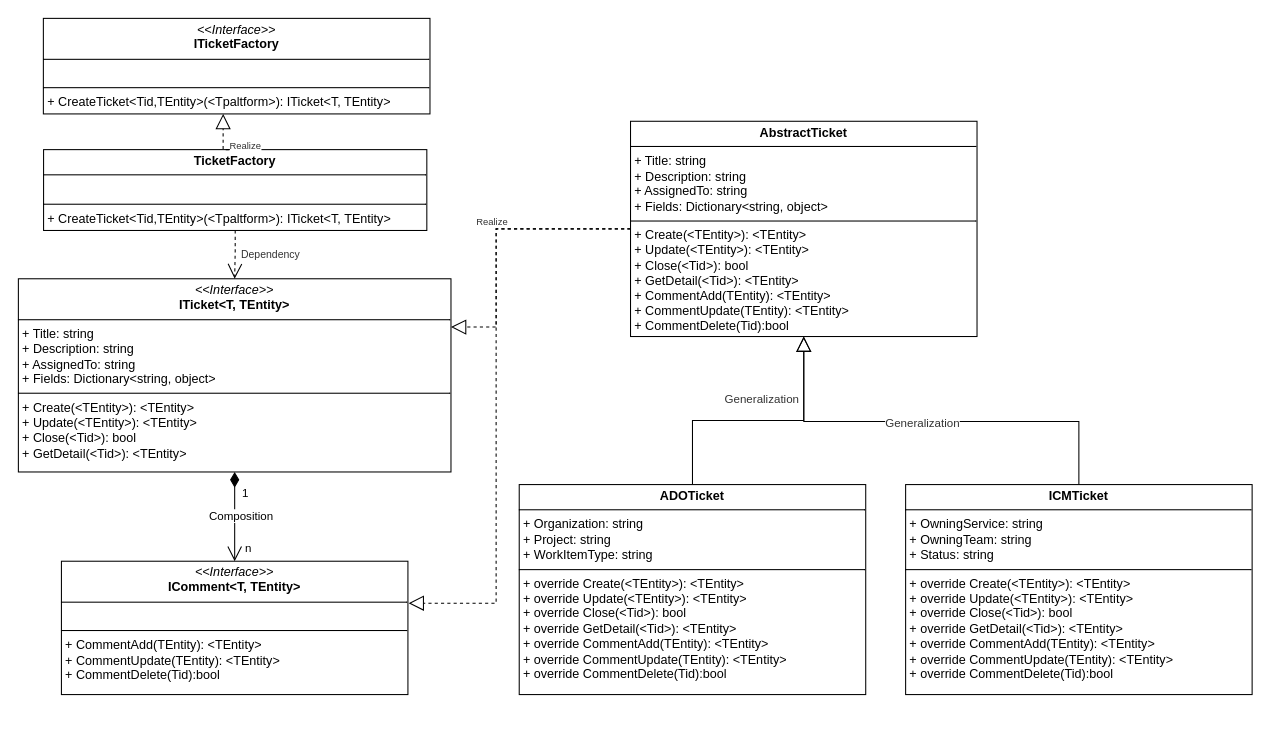
This is page "Page-10" (10 of 10) of 2.drawio from hy986/Repo_0110, a draw.io file, before an edit. Source tidied: cells renumbered, new cells numbered last; positions are measured from the earlier drawing's top-left corner, leaving out a move shared by most shapes. Both pictures are drawn from the tidied source at 105%, with x=0, y=0 at pixel (18, 18).
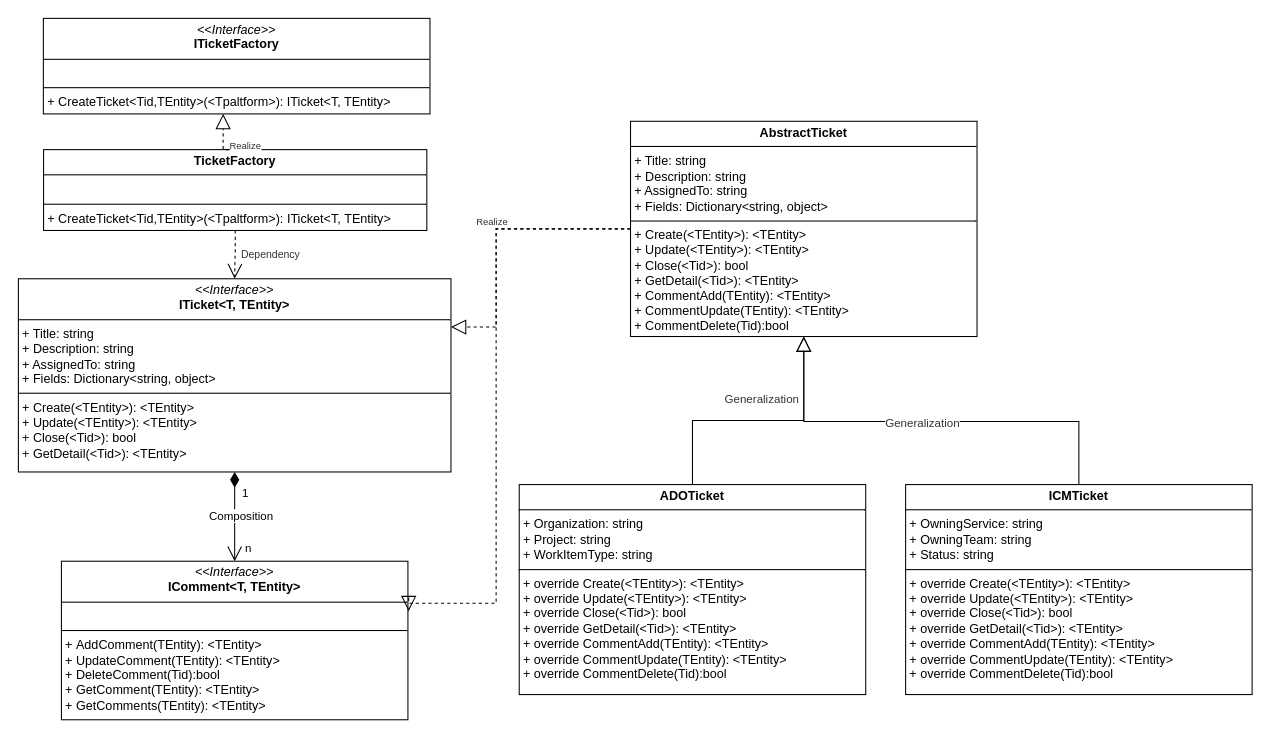
The same page after the edit.

Change to the diagram source:
```diff
@@
-    <mxCell id="22" value="&lt;p style=&quot;margin:0px;margin-top:4px;text-align:center;&quot;&gt;&lt;i&gt;&amp;lt;&amp;lt;Interface&amp;gt;&amp;gt;&lt;/i&gt;&lt;br&gt;&lt;b&gt;IComment&amp;lt;T, TEntity&amp;gt;&lt;/b&gt;&lt;/p&gt;&lt;hr size=&quot;1&quot; style=&quot;border-style:solid;&quot;&gt;&lt;p style=&quot;margin:0px;margin-left:4px;&quot;&gt;&lt;br&gt;&lt;/p&gt;&lt;hr size=&quot;1&quot; style=&quot;border-style:solid;&quot;&gt;&lt;p style=&quot;margin:0px;margin-left:4px;&quot;&gt;&lt;span style=&quot;background-color: initial;&quot;&gt;+&amp;nbsp;&lt;/span&gt;&lt;span style=&quot;background-color: initial;&quot; class=&quot;hljs-function&quot;&gt;&lt;span style=&quot;background-color: initial;&quot;&gt;Comment&lt;/span&gt;&lt;span style=&quot;background-color: initial;&quot; class=&quot;hljs-function&quot;&gt;&lt;span class=&quot;hljs-title&quot;&gt;Add&lt;/span&gt;&lt;/span&gt;(&lt;span class=&quot;hljs-params&quot;&gt;TEntity&lt;/span&gt;): &amp;lt;&lt;/span&gt;&lt;span style=&quot;background-color: initial;&quot;&gt;TEntity&lt;/span&gt;&lt;span style=&quot;background-color: initial;&quot;&gt;&amp;gt;&lt;/span&gt;&lt;/p&gt;&lt;p style=&quot;margin: 0px 0px 0px 4px;&quot;&gt;&lt;span style=&quot;background-color: initial;&quot; class=&quot;hljs-function&quot;&gt;+&amp;nbsp;&lt;/span&gt;&lt;span style=&quot;background-color: initial;&quot;&gt;Comment&lt;/span&gt;&lt;span style=&quot;background-color: initial;&quot; class=&quot;hljs-function&quot;&gt;&lt;span class=&quot;hljs-title&quot;&gt;Update&lt;/span&gt;(&lt;span class=&quot;hljs-params&quot;&gt;TEntity&lt;/span&gt;): &amp;lt;&lt;/span&gt;&lt;span style=&quot;background-color: initial;&quot;&gt;TEntity&lt;/span&gt;&lt;span style=&quot;background-color: initial;&quot;&gt;&amp;gt;&lt;/span&gt;&lt;/p&gt;&lt;p style=&quot;margin: 0px 0px 0px 4px;&quot;&gt;&lt;span style=&quot;background-color: initial;&quot; class=&quot;hljs-function&quot;&gt;+&amp;nbsp;&lt;/span&gt;&lt;span style=&quot;background-color: initial;&quot;&gt;Comment&lt;/span&gt;&lt;span style=&quot;background-color: initial;&quot; class=&quot;hljs-function&quot;&gt;&lt;span class=&quot;hljs-title&quot;&gt;Delete&lt;/span&gt;(&lt;span class=&quot;hljs-params&quot;&gt;Tid&lt;/span&gt;):&lt;/span&gt;&lt;span style=&quot;background-color: initial;&quot; class=&quot;hljs-built_in&quot;&gt;bool&lt;/span&gt;&lt;/p&gt;" style="verticalAlign=top;align=left;overflow=fill;html=1;whiteSpace=wrap;" parent="1" vertex="1">
-      <mxGeometry x="41" y="517" width="330" height="127" as="geometry" />
+    <mxCell id="22" value="&lt;p style=&quot;margin:0px;margin-top:4px;text-align:center;&quot;&gt;&lt;i&gt;&amp;lt;&amp;lt;Interface&amp;gt;&amp;gt;&lt;/i&gt;&lt;br&gt;&lt;b&gt;IComment&amp;lt;T, TEntity&amp;gt;&lt;/b&gt;&lt;/p&gt;&lt;hr size=&quot;1&quot; style=&quot;border-style:solid;&quot;&gt;&lt;p style=&quot;margin:0px;margin-left:4px;&quot;&gt;&lt;br&gt;&lt;/p&gt;&lt;hr size=&quot;1&quot; style=&quot;border-style:solid;&quot;&gt;&lt;p style=&quot;margin:0px;margin-left:4px;&quot;&gt;&lt;span style=&quot;background-color: initial;&quot;&gt;+&amp;nbsp;&lt;/span&gt;&lt;span style=&quot;background-color: initial;&quot; class=&quot;hljs-function&quot;&gt;&lt;span style=&quot;background-color: initial;&quot; class=&quot;hljs-function&quot;&gt;&lt;span class=&quot;hljs-title&quot;&gt;Add&lt;/span&gt;&lt;/span&gt;&lt;/span&gt;&lt;span style=&quot;background-color: initial;&quot;&gt;Comment&lt;/span&gt;&lt;span style=&quot;background-color: initial;&quot; class=&quot;hljs-function&quot;&gt;(&lt;span class=&quot;hljs-params&quot;&gt;TEntity&lt;/span&gt;): &amp;lt;&lt;/span&gt;&lt;span style=&quot;background-color: initial;&quot;&gt;TEntity&lt;/span&gt;&lt;span style=&quot;background-color: initial;&quot;&gt;&amp;gt;&lt;/span&gt;&lt;/p&gt;&lt;p style=&quot;margin: 0px 0px 0px 4px;&quot;&gt;&lt;span style=&quot;background-color: initial;&quot; class=&quot;hljs-function&quot;&gt;+&amp;nbsp;&lt;/span&gt;&lt;span style=&quot;background-color: initial;&quot; class=&quot;hljs-function&quot;&gt;&lt;span class=&quot;hljs-title&quot;&gt;Update&lt;/span&gt;&lt;/span&gt;&lt;span style=&quot;background-color: initial;&quot;&gt;Comment&lt;/span&gt;&lt;span style=&quot;background-color: initial;&quot; class=&quot;hljs-function&quot;&gt;(&lt;span class=&quot;hljs-params&quot;&gt;TEntity&lt;/span&gt;): &amp;lt;&lt;/span&gt;&lt;span style=&quot;background-color: initial;&quot;&gt;TEntity&lt;/span&gt;&lt;span style=&quot;background-color: initial;&quot;&gt;&amp;gt;&lt;/span&gt;&lt;/p&gt;&lt;p style=&quot;margin: 0px 0px 0px 4px;&quot;&gt;&lt;span style=&quot;background-color: initial;&quot; class=&quot;hljs-function&quot;&gt;+&amp;nbsp;&lt;/span&gt;&lt;span style=&quot;background-color: initial;&quot; class=&quot;hljs-function&quot;&gt;&lt;span class=&quot;hljs-title&quot;&gt;Delete&lt;/span&gt;&lt;/span&gt;&lt;span style=&quot;background-color: initial;&quot;&gt;Comment&lt;/span&gt;&lt;span style=&quot;background-color: initial;&quot; class=&quot;hljs-function&quot;&gt;(&lt;span class=&quot;hljs-params&quot;&gt;Tid&lt;/span&gt;):&lt;/span&gt;&lt;span style=&quot;background-color: initial;&quot; class=&quot;hljs-built_in&quot;&gt;bool&lt;/span&gt;&lt;/p&gt;&lt;p style=&quot;margin: 0px 0px 0px 4px;&quot;&gt;&lt;span style=&quot;background-color: initial;&quot; class=&quot;hljs-built_in&quot;&gt;&lt;span style=&quot;background-color: initial;&quot; class=&quot;hljs-function&quot;&gt;+&amp;nbsp;&lt;/span&gt;&lt;span style=&quot;background-color: initial;&quot; class=&quot;hljs-function&quot;&gt;&lt;span class=&quot;hljs-title&quot;&gt;Get&lt;/span&gt;&lt;/span&gt;&lt;span style=&quot;background-color: initial;&quot;&gt;Comment&lt;/span&gt;&lt;span style=&quot;background-color: initial;&quot; class=&quot;hljs-function&quot;&gt;(&lt;span class=&quot;hljs-params&quot;&gt;TEntity&lt;/span&gt;): &amp;lt;&lt;/span&gt;&lt;span style=&quot;background-color: initial;&quot;&gt;TEntity&lt;/span&gt;&lt;span style=&quot;background-color: initial;&quot;&gt;&amp;gt;&lt;/span&gt;&lt;/span&gt;&lt;/p&gt;&lt;p style=&quot;margin: 0px 0px 0px 4px;&quot;&gt;&lt;span style=&quot;background-color: initial;&quot; class=&quot;hljs-built_in&quot;&gt;&lt;span style=&quot;background-color: initial;&quot; class=&quot;hljs-function&quot;&gt;+&amp;nbsp;&lt;/span&gt;&lt;span style=&quot;background-color: initial;&quot; class=&quot;hljs-function&quot;&gt;&lt;span class=&quot;hljs-title&quot;&gt;Get&lt;/span&gt;&lt;/span&gt;&lt;span style=&quot;background-color: initial;&quot;&gt;Comments&lt;/span&gt;&lt;span style=&quot;background-color: initial;&quot; class=&quot;hljs-function&quot;&gt;(&lt;span class=&quot;hljs-params&quot;&gt;TEntity&lt;/span&gt;): &amp;lt;&lt;/span&gt;&lt;span style=&quot;background-color: initial;&quot;&gt;TEntity&lt;/span&gt;&lt;span style=&quot;background-color: initial;&quot;&gt;&amp;gt;&lt;/span&gt;&lt;span style=&quot;background-color: initial;&quot;&gt;&lt;/span&gt;&lt;/span&gt;&lt;/p&gt;" style="verticalAlign=top;align=left;overflow=fill;html=1;whiteSpace=wrap;" parent="1" vertex="1">
+      <mxGeometry x="41" y="517" width="330" height="151" as="geometry" />
     </mxCell>
```
